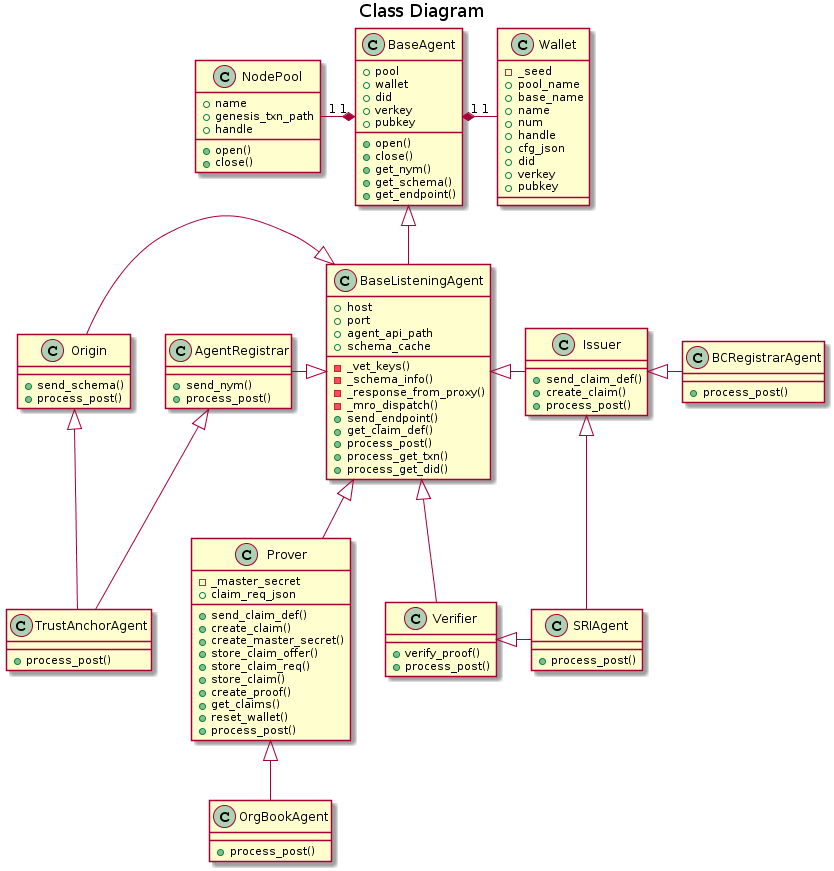
Earlier version of the PlantUML export doc/pic/class.png (PSPC-SPAC-buyandsell/demo-agent).
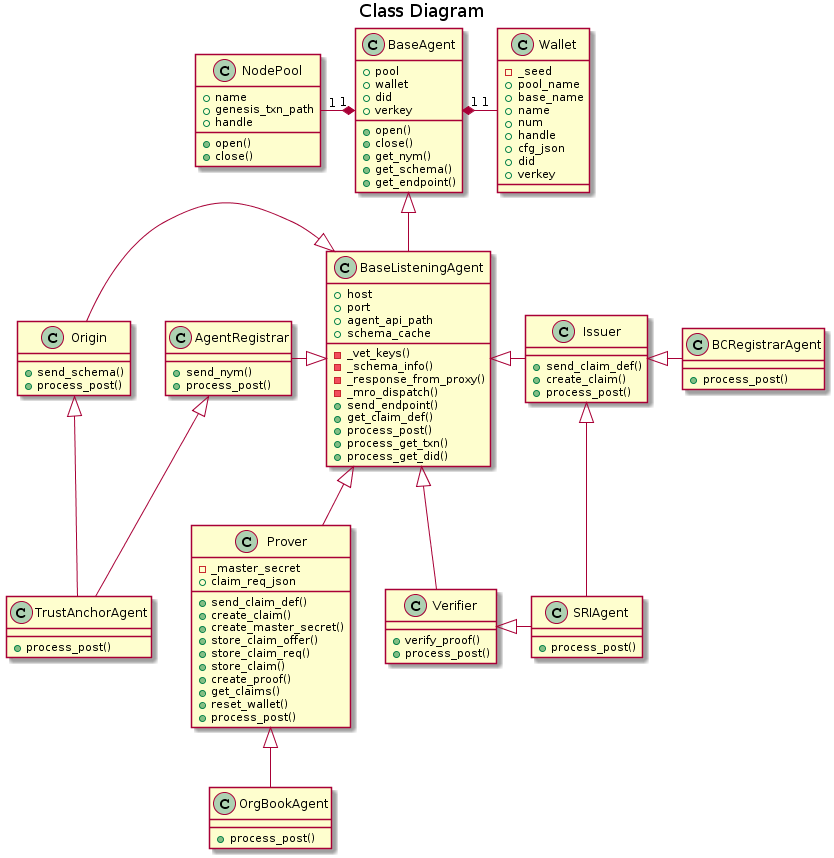
The same file after the commit.

Commit message:
pubkey is gone

Change to the diagram source:
```diff
@@ -11,7 +11,6 @@
     +cfg_json
     +did
     +verkey
-    +pubkey
 }
 
 class NodePool {
@@ -27,7 +26,6 @@
     +wallet
     +did
     +verkey
-    +pubkey
     +open()
     +close()
     +get_nym()
```
